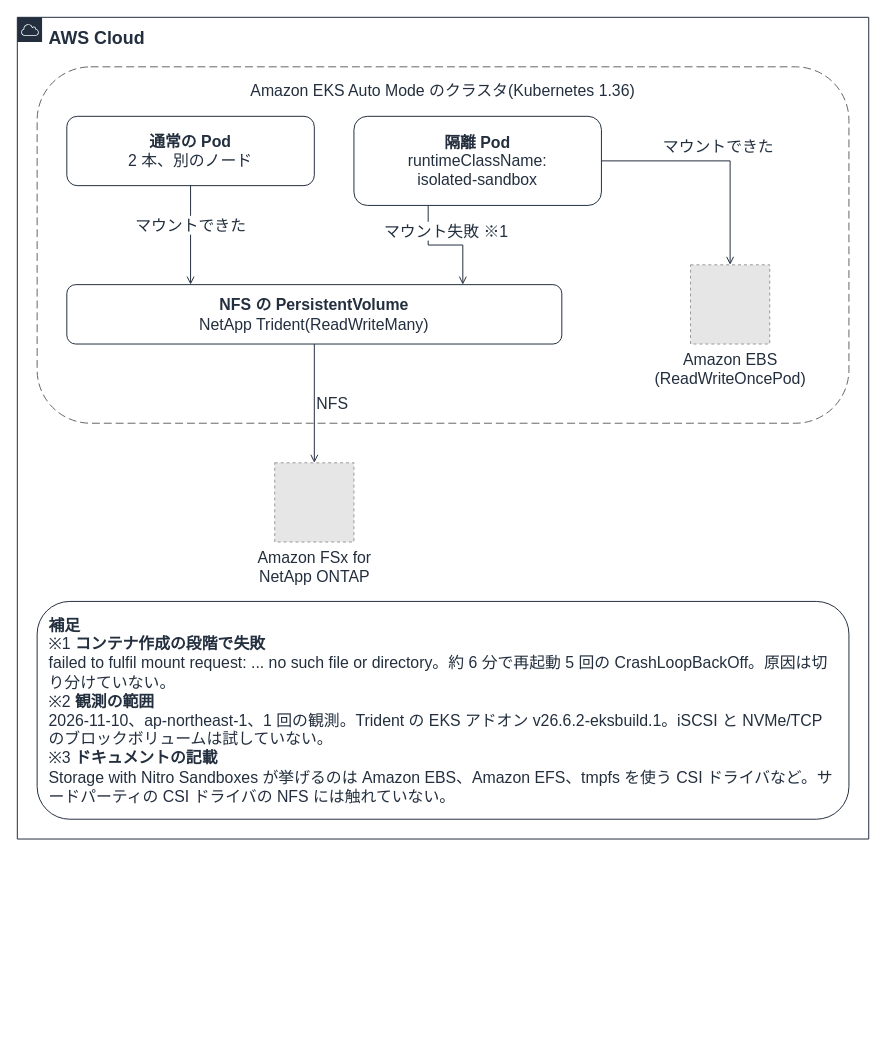
Above: docs/_assets/diagrams/s3ap-sandbox-storage.drawio in Yoshiki0705/FSx-for-ONTAP-Container-Datastore-Patterns (draw.io), before the change. Source tidied: cells renumbered, new cells numbered last; positions are measured from the earlier drawing's top-left corner, leaving out a move shared by most shapes. Both pictures are drawn from the tidied source at 99%, with x=0, y=0 at pixel (17, 17). Pictures stored in the file or linked from it are replaced by grey dashed boxes.
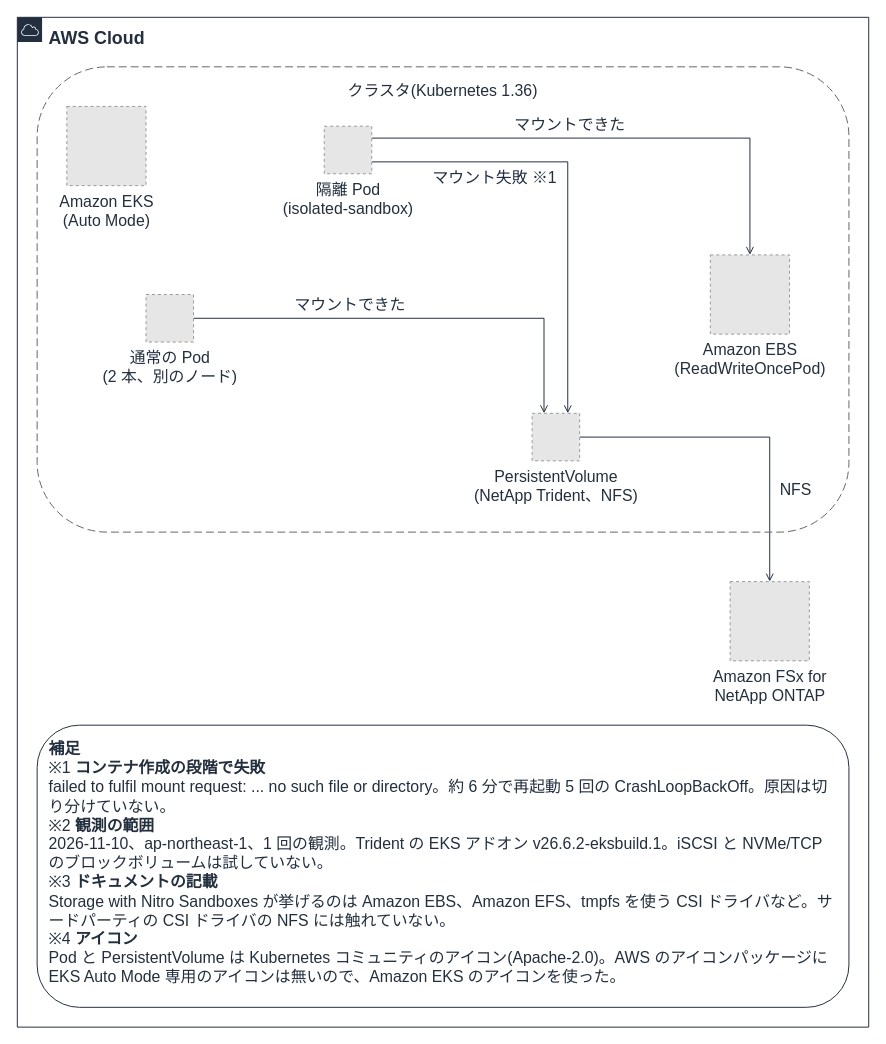
The same page after the edit.

What changed in the source:
```diff
@@
 <mxGraphModel background="#FFFFFF">
   <root>
     <mxCell id="0" />
     <mxCell id="1" parent="0" />
-    <mxCell id="2" value="マウントできた" style="edgeStyle=orthogonalEdgeStyle;rounded=0;html=1;endArrow=open;endFill=0;strokeColor=#232F3E;strokeWidth=1;fontSize=16;fontColor=#232F3E;labelBackgroundColor=#FFFFFF;exitX=0.5;exitY=1.0;exitDx=0;exitDy=0;entryX=0.25;entryY=0.0;entryDx=0;entryDy=0;" parent="1" edge="1" source="8" target="10">
-      <mxGeometry relative="1" as="geometry">
-        <mxPoint y="-10" as="offset" />
+    <mxCell id="2" value="マウントできた" style="edgeStyle=orthogonalEdgeStyle;rounded=0;html=1;endArrow=open;endFill=0;strokeColor=#232F3E;strokeWidth=1;fontSize=16;fontColor=#232F3E;labelBackgroundColor=#FFFFFF;exitX=1.0;exitY=0.5;exitDx=0;exitDy=0;entryX=0.25;entryY=0.0;entryDx=0;entryDy=0;" parent="1" edge="1" source="8" target="10">
+      <mxGeometry x="-0.3" relative="1" as="geometry">
+        <mxPoint y="-14" as="offset" />
       </mxGeometry>
     </mxCell>
-    <mxCell id="3" value="マウント失敗 ※1" style="edgeStyle=orthogonalEdgeStyle;rounded=0;html=1;endArrow=open;endFill=0;strokeColor=#232F3E;strokeWidth=1;fontSize=16;fontColor=#232F3E;labelBackgroundColor=#FFFFFF;exitX=0.3;exitY=1.0;exitDx=0;exitDy=0;entryX=0.8;entryY=0.0;entryDx=0;entryDy=0;" parent="1" edge="1" source="9" target="10">
-      <mxGeometry relative="1" as="geometry">
-        <mxPoint y="-14" as="offset" />
+    <mxCell id="3" value="マウント失敗 ※1" style="edgeStyle=orthogonalEdgeStyle;rounded=0;html=1;endArrow=open;endFill=0;strokeColor=#232F3E;strokeWidth=1;fontSize=16;fontColor=#232F3E;labelBackgroundColor=#FFFFFF;exitX=1.0;exitY=0.75;exitDx=0;exitDy=0;entryX=0.75;entryY=0.0;entryDx=0;entryDy=0;" parent="1" edge="1" source="9" target="10">
+      <mxGeometry x="-0.45" relative="1" as="geometry">
+        <mxPoint y="16" as="offset" />
       </mxGeometry>
     </mxCell>
-    <mxCell id="4" value="マウントできた" style="edgeStyle=orthogonalEdgeStyle;rounded=0;html=1;endArrow=open;endFill=0;strokeColor=#232F3E;strokeWidth=1;fontSize=16;fontColor=#232F3E;labelBackgroundColor=#FFFFFF;exitX=1.0;exitY=0.5;exitDx=0;exitDy=0;entryX=0.5;entryY=0.0;entryDx=0;entryDy=0;" parent="1" edge="1" source="9" target="12">
-      <mxGeometry relative="1" as="geometry">
+    <mxCell id="4" value="マウントできた" style="edgeStyle=orthogonalEdgeStyle;rounded=0;html=1;endArrow=open;endFill=0;strokeColor=#232F3E;strokeWidth=1;fontSize=16;fontColor=#232F3E;labelBackgroundColor=#FFFFFF;exitX=1.0;exitY=0.25;exitDx=0;exitDy=0;entryX=0.5;entryY=0.0;entryDx=0;entryDy=0;" parent="1" edge="1" source="9" target="12">
+      <mxGeometry x="-0.2" relative="1" as="geometry">
         <mxPoint y="-14" as="offset" />
       </mxGeometry>
     </mxCell>
-    <mxCell id="5" value="NFS" style="edgeStyle=orthogonalEdgeStyle;rounded=0;html=1;endArrow=open;endFill=0;strokeColor=#232F3E;strokeWidth=1;fontSize=16;fontColor=#232F3E;labelBackgroundColor=#FFFFFF;exitX=0.5;exitY=1.0;exitDx=0;exitDy=0;entryX=0.5;entryY=0.0;entryDx=0;entryDy=0;" parent="1" edge="1" source="10" target="13">
-      <mxGeometry relative="1" as="geometry">
-        <mxPoint x="18" as="offset" />
+    <mxCell id="5" value="NFS" style="edgeStyle=orthogonalEdgeStyle;rounded=0;html=1;endArrow=open;endFill=0;strokeColor=#232F3E;strokeWidth=1;fontSize=16;fontColor=#232F3E;labelBackgroundColor=#FFFFFF;exitX=1.0;exitY=0.5;exitDx=0;exitDy=0;entryX=0.5;entryY=0.0;entryDx=0;entryDy=0;" parent="1" edge="1" source="10" target="13">
+      <mxGeometry x="0.45" relative="1" as="geometry">
+        <mxPoint x="26" as="offset" />
       </mxGeometry>
     </mxCell>
     <mxCell id="6" value="AWS Cloud" style="gradientColor=none;html=1;whiteSpace=wrap;fontSize=18;fontStyle=1;fontColor=#232F3E;shape=mxgraph.aws4.group;grIcon=mxgraph.aws4.group_aws_cloud;strokeColor=#232F3E;fillColor=none;verticalAlign=top;align=left;spacingLeft=30;spacingTop=4;dashed=0;labelBackgroundColor=#FFFFFF;" parent="1" vertex="1">
-      <mxGeometry width="860" height="830" as="geometry" />
+      <mxGeometry width="860" height="1020" as="geometry" />
     </mxCell>
-    <mxCell id="7" value="Amazon EKS Auto Mode のクラスタ(Kubernetes 1.36)" style="rounded=1;whiteSpace=wrap;html=1;dashed=1;dashPattern=8 4;strokeColor=#666666;fillColor=none;fontColor=#232F3E;fontSize=16;verticalAlign=top;align=center;spacingTop=8;" parent="1" vertex="1">
-      <mxGeometry x="20" y="50" width="820" height="360" as="geometry" />
+    <mxCell id="7" value="クラスタ(Kubernetes 1.36)" style="rounded=1;whiteSpace=wrap;html=1;dashed=1;dashPattern=8 4;strokeColor=#666666;fillColor=none;fontColor=#232F3E;fontSize=16;verticalAlign=top;align=center;spacingTop=8;" parent="1" vertex="1">
+      <mxGeometry x="20" y="50" width="820" height="470" as="geometry" />
     </mxCell>
+    <mxCell id="11" value="&lt;b&gt;補足&lt;/b&gt;&lt;br&gt;※1 &lt;b&gt;コンテナ作成の段階で失敗&lt;/b&gt;&lt;br&gt;failed to fulfil mount request: ... no such file or directory。約 6 分で再起動 5 回の CrashLoopBackOff。原因は切り分けていない。&lt;br&gt;※2 &lt;b&gt;観測の範囲&lt;/b&gt;&lt;br&gt;2026-11-10、ap-northeast-1、1 回の観測。Trident の EKS アドオン v26.6.2-eksbuild.1。iSCSI と NVMe/TCP のブロックボリュームは試していない。&lt;br&gt;※3 &lt;b&gt;ドキュメントの記載&lt;/b&gt;&lt;br&gt;Storage with Nitro Sandboxes が挙げるのは Amazon EBS、Amazon EFS、tmpfs を使う CSI ドライバなど。サードパーティの CSI ドライバの NFS には触れていない。&lt;br&gt;※4 &lt;b&gt;アイコン&lt;/b&gt;&lt;br&gt;Pod と PersistentVolume は Kubernetes コミュニティのアイコン(Apache-2.0)。AWS のアイコンパッケージに EKS Auto Mode 専用のアイコンは無いので、Amazon EKS のアイコンを使った。" style="rounded=1;whiteSpace=wrap;html=1;strokeColor=#232F3E;fillColor=none;fontColor=#232F3E;fontSize=16;verticalAlign=top;align=left;spacingLeft=10;spacingRight=10;spacingTop=8;" parent="1" vertex="1">
+      <mxGeometry x="20" y="715" width="820" height="285" as="geometry" />
+    </mxCell>
+    <mxCell id="14" value="Amazon EKS&lt;br&gt;(Auto Mode)" style="fillColor=#E6E6E6;strokeColor=#999999;dashed=1;html=1;verticalLabelPosition=bottom;verticalAlign=top;labelPosition=center;align=center;fontSize=16;fontColor=#232F3E;" parent="1" vertex="1">
+      <mxGeometry x="50" y="90" width="80" height="80" as="geometry" />
+    </mxCell>
+    <mxCell id="9" value="隔離 Pod&lt;br&gt;(isolated-sandbox)" style="fillColor=#E6E6E6;strokeColor=#999999;dashed=1;html=1;verticalLabelPosition=bottom;verticalAlign=top;labelPosition=center;align=center;fontSize=16;fontColor=#232F3E;" parent="1" vertex="1">
+      <mxGeometry x="310" y="110" width="48" height="48" as="geometry" />
+    </mxCell>
-    <mxCell id="8" value="&lt;b&gt;通常の Pod&lt;/b&gt;&lt;br&gt;2 本、別のノード" style="rounded=1;whiteSpace=wrap;html=1;strokeColor=#232F3E;fillColor=none;fontColor=#232F3E;fontSize=16;verticalAlign=middle;align=center;" parent="1" vertex="1">
-      <mxGeometry x="50" y="100" width="250" height="70" as="geometry" />
+    <mxCell id="8" value="通常の Pod&lt;br&gt;(2 本、別のノード)" style="fillColor=#E6E6E6;strokeColor=#999999;dashed=1;html=1;verticalLabelPosition=bottom;verticalAlign=top;labelPosition=center;align=center;fontSize=16;fontColor=#232F3E;" parent="1" vertex="1">
+      <mxGeometry x="130" y="280" width="48" height="48" as="geometry" />
     </mxCell>
-    <mxCell id="9" value="&lt;b&gt;隔離 Pod&lt;/b&gt;&lt;br&gt;runtimeClassName:&lt;br&gt;isolated-sandbox" style="rounded=1;whiteSpace=wrap;html=1;strokeColor=#232F3E;fillColor=none;fontColor=#232F3E;fontSize=16;verticalAlign=middle;align=center;" parent="1" vertex="1">
-      <mxGeometry x="340" y="100" width="250" height="90" as="geometry" />
-    </mxCell>
+    <mxCell id="12" value="Amazon EBS&lt;br&gt;(ReadWriteOncePod)" style="fillColor=#E6E6E6;strokeColor=#999999;dashed=1;html=1;verticalLabelPosition=bottom;verticalAlign=top;labelPosition=center;align=center;fontSize=16;fontColor=#232F3E;" parent="1" vertex="1">
+      <mxGeometry x="700" y="240" width="80" height="80" as="geometry" />
+    </mxCell>
-    <mxCell id="10" value="&lt;b&gt;NFS の PersistentVolume&lt;/b&gt;&lt;br&gt;NetApp Trident(ReadWriteMany)" style="rounded=1;whiteSpace=wrap;html=1;strokeColor=#232F3E;fillColor=none;fontColor=#232F3E;fontSize=16;verticalAlign=middle;align=center;" parent="1" vertex="1">
-      <mxGeometry x="50" y="270" width="500" height="60" as="geometry" />
+    <mxCell id="10" value="PersistentVolume&lt;br&gt;(NetApp Trident、NFS)" style="fillColor=#E6E6E6;strokeColor=#999999;dashed=1;html=1;verticalLabelPosition=bottom;verticalAlign=top;labelPosition=center;align=center;fontSize=16;fontColor=#232F3E;" parent="1" vertex="1">
+      <mxGeometry x="520" y="400" width="48" height="48" as="geometry" />
     </mxCell>
-    <mxCell id="11" value="&lt;b&gt;補足&lt;/b&gt;&lt;br&gt;※1 &lt;b&gt;コンテナ作成の段階で失敗&lt;/b&gt;&lt;br&gt;failed to fulfil mount request: ... no such file or directory。約 6 分で再起動 5 回の CrashLoopBackOff。原因は切り分けていない。&lt;br&gt;※2 &lt;b&gt;観測の範囲&lt;/b&gt;&lt;br&gt;2026-11-10、ap-northeast-1、1 回の観測。Trident の EKS アドオン v26.6.2-eksbuild.1。iSCSI と NVMe/TCP のブロックボリュームは試していない。&lt;br&gt;※3 &lt;b&gt;ドキュメントの記載&lt;/b&gt;&lt;br&gt;Storage with Nitro Sandboxes が挙げるのは Amazon EBS、Amazon EFS、tmpfs を使う CSI ドライバなど。サードパーティの CSI ドライバの NFS には触れていない。" style="rounded=1;whiteSpace=wrap;html=1;strokeColor=#232F3E;fillColor=none;fontColor=#232F3E;fontSize=16;verticalAlign=top;align=left;spacingLeft=10;spacingRight=10;spacingTop=8;" parent="1" vertex="1">
-      <mxGeometry x="20" y="590" width="820" height="220" as="geometry" />
-    </mxCell>
-    <mxCell id="12" value="Amazon EBS&lt;br&gt;(ReadWriteOncePod)" style="fillColor=#E6E6E6;strokeColor=#999999;dashed=1;html=1;verticalLabelPosition=bottom;verticalAlign=top;labelPosition=center;align=center;fontSize=16;fontColor=#232F3E;" parent="1" vertex="1">
-      <mxGeometry x="680" y="250" width="80" height="80" as="geometry" />
-    </mxCell>
     <mxCell id="13" value="Amazon FSx for&lt;br&gt;NetApp ONTAP" style="fillColor=#E6E6E6;strokeColor=#999999;dashed=1;html=1;verticalLabelPosition=bottom;verticalAlign=top;labelPosition=center;align=center;fontSize=16;fontColor=#232F3E;" parent="1" vertex="1">
-      <mxGeometry x="260" y="450" width="80" height="80" as="geometry" />
+      <mxGeometry x="720" y="570" width="80" height="80" as="geometry" />
     </mxCell>
   </root>
 </mxGraphModel>
```
